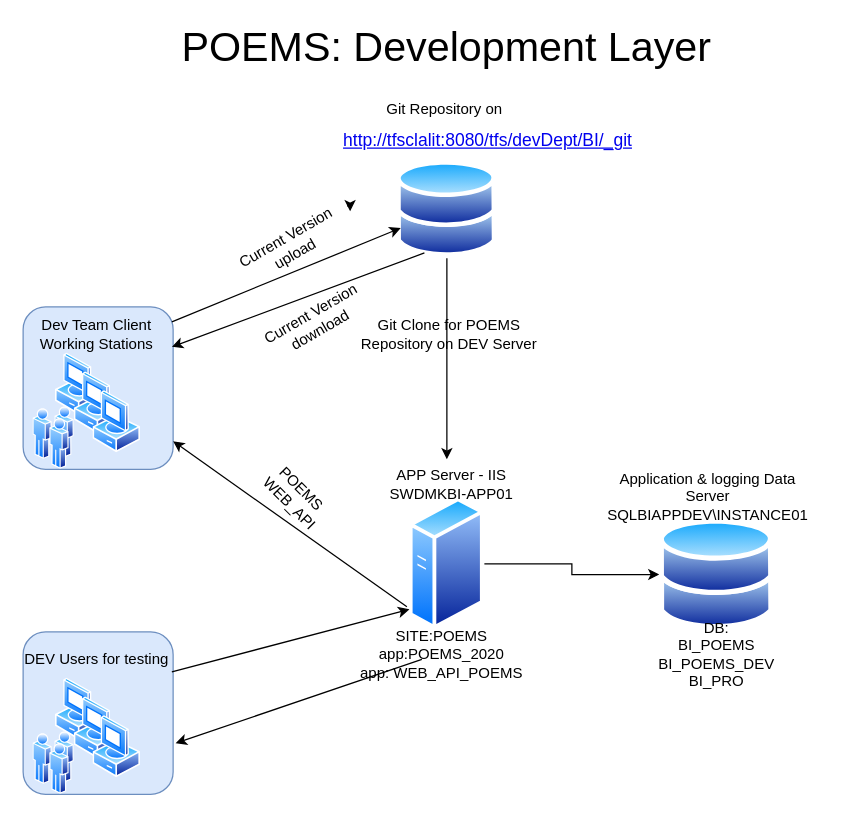
The draw.io diagram poems_dev.drawio in itaybaran/drawing, before the edit. Source tidied: cells renumbered, new cells numbered last; positions are measured from the earlier drawing's top-left corner, leaving out a move shared by most shapes. Both pictures are drawn from the tidied source at 125%, with x=0, y=0 at pixel (21, 34).
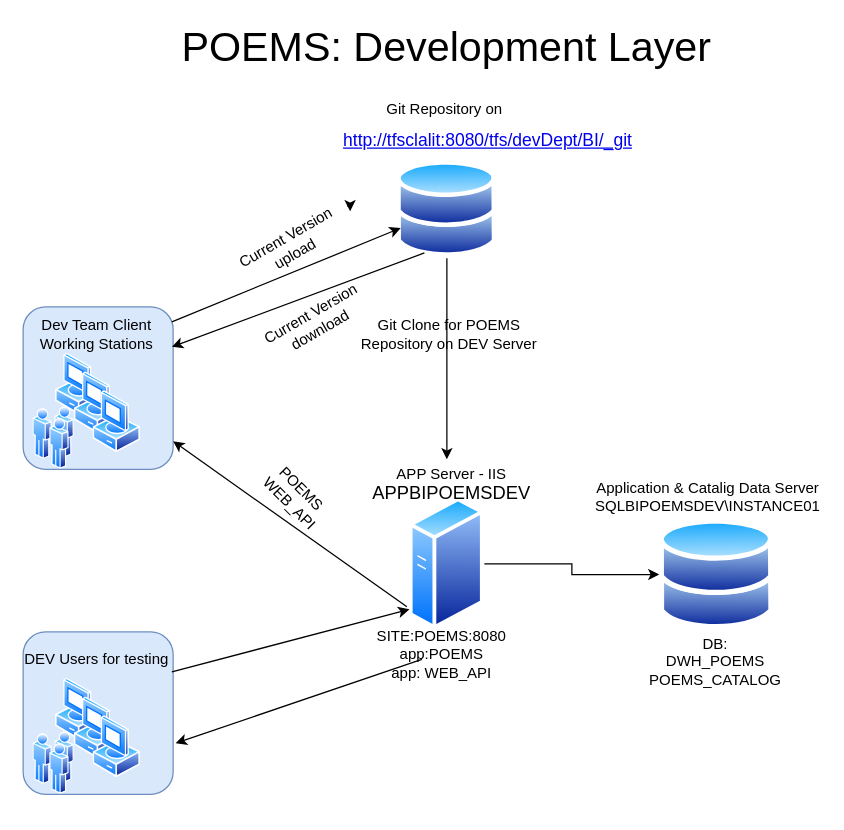
The same diagram, later.

The edit, as a diff of the source:
```diff
@@
-    <mxCell id="20" value="APP Server - IIS&lt;br&gt;SWDMKBI-APP01" style="text;html=1;strokeColor=none;fillColor=none;align=center;verticalAlign=middle;whiteSpace=wrap;rounded=0;" parent="1" vertex="1">
+    <mxCell id="20" value="APP Server - IIS&lt;br&gt;&lt;span style=&quot;font-size: 11.0pt ; line-height: 107% ; font-family: &amp;#34;calibri&amp;#34; , sans-serif&quot;&gt;APPBIPOEMSDEV&lt;/span&gt;" style="text;html=1;strokeColor=none;fillColor=none;align=center;verticalAlign=middle;whiteSpace=wrap;rounded=0;" parent="1" vertex="1">
       <mxGeometry x="259" y="350" width="170" height="20" as="geometry" />
     </mxCell>
-    <mxCell id="21" value="SITE:POEMS&lt;br&gt;app:POEMS_2020&lt;br&gt;app: WEB_API_POEMS" style="text;html=1;strokeColor=none;fillColor=none;align=center;verticalAlign=middle;whiteSpace=wrap;rounded=0;" parent="1" vertex="1">
+    <mxCell id="21" value="SITE:POEMS:8080&lt;br&gt;app:POEMS&lt;br&gt;app: WEB_API" style="text;html=1;strokeColor=none;fillColor=none;align=center;verticalAlign=middle;whiteSpace=wrap;rounded=0;" parent="1" vertex="1">
       <mxGeometry x="251" y="486.1" width="170" height="20" as="geometry" />
     </mxCell>
@@
-    <mxCell id="37" value="Application &amp;amp; logging Data Server&lt;br&gt;SQLBIAPPDEV\INSTANCE01" style="text;html=1;strokeColor=none;fillColor=none;align=center;verticalAlign=middle;whiteSpace=wrap;rounded=0;" parent="1" vertex="1">
+    <mxCell id="37" value="Application &amp;amp; Catalig Data Server&lt;br&gt;SQLBIPOEMSDEV\INSTANCE01" style="text;html=1;strokeColor=none;fillColor=none;align=center;verticalAlign=middle;whiteSpace=wrap;rounded=0;" parent="1" vertex="1">
       <mxGeometry x="464" y="360" width="170" height="20" as="geometry" />
     </mxCell>
-    <mxCell id="38" value="DB:&lt;br&gt;BI_POEMS&lt;br&gt;BI_POEMS_DEV&lt;br&gt;BI_PRO" style="text;html=1;strokeColor=none;fillColor=none;align=center;verticalAlign=middle;whiteSpace=wrap;rounded=0;" parent="1" vertex="1">
-      <mxGeometry x="470.9" y="486.1" width="170" height="20" as="geometry" />
+    <mxCell id="38" value="DB:&lt;br&gt;DWH_POEMS&lt;br&gt;POEMS_CATALOG" style="text;html=1;strokeColor=none;fillColor=none;align=center;verticalAlign=middle;whiteSpace=wrap;rounded=0;" parent="1" vertex="1">
+      <mxGeometry x="469.9" y="492.1" width="170" height="20" as="geometry" />
     </mxCell>
```
